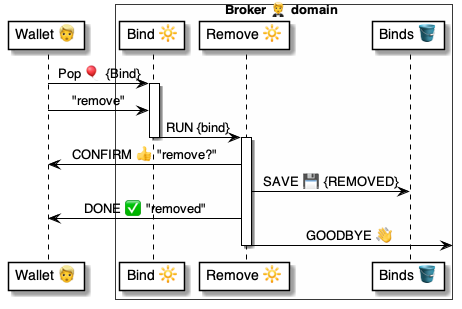
Earlier version of the PlantUML export 4 ⚙️ Solution/20 🧑‍🦰 UI/Brokers 🤵/🤵😃 Broker talkers/PopBind 🔗 talker/Bind » Remove/🤵 PopBindRemove ⚙️ uml.png (pollyweb-org/pollyweb-docs). Its source is kept beside it as 4 ⚙️ Solution/20 🧑‍🦰 UI/Brokers 🤵/🤵😃 Broker talkers/PopBind 🔗 talker/Bind » Remove/🤵 PopBindRemove ⚙️ uml.puml. The source it was exported from:
```plantuml
@startuml PopBindRemove

participant "Wallet 👱" as wallet
box Broker 🤵 domain #FFFFFA
    participant "Bind 🔆" as bind
    participant "Remove 🔆" as remove
    participant "Binds 🪣" as binds
end box


wallet -> bind: Pop 🎈 {Bind}

activate bind
    wallet -> bind: "remove"
    bind -> remove: RUN {bind}
deactivate bind

activate remove
    remove -> wallet: CONFIRM 👍 "remove?"
    remove -> binds: SAVE 💾 {REMOVED}
    remove -> wallet: DONE ✅ "removed"
    remove -> : GOODBYE 👋
deactivate remove

@enduml
```
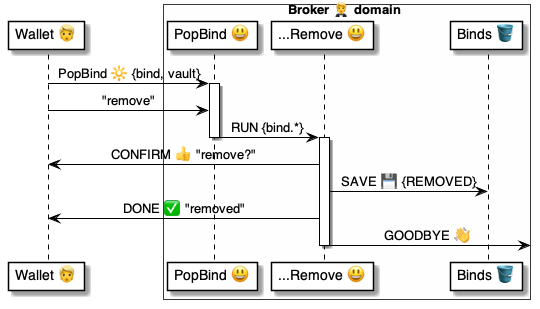
The same diagram one commit later.

What changed in the source:
```diff
@@ -2,17 +2,17 @@
 
 participant "Wallet 👱" as wallet
 box Broker 🤵 domain #FFFFFA
-    participant "Bind 🔆" as bind
-    participant "Remove 🔆" as remove
+    participant "PopBind 😃" as bind
+    participant "...Remove 😃" as remove
     participant "Binds 🪣" as binds
 end box
 
 
-wallet -> bind: Pop 🎈 {Bind}
+wallet -> bind: PopBind 🔆 {bind, vault}
 
 activate bind
     wallet -> bind: "remove"
-    bind -> remove: RUN {bind}
+    bind -> remove: RUN {bind.*}
 deactivate bind
 
 activate remove
```
